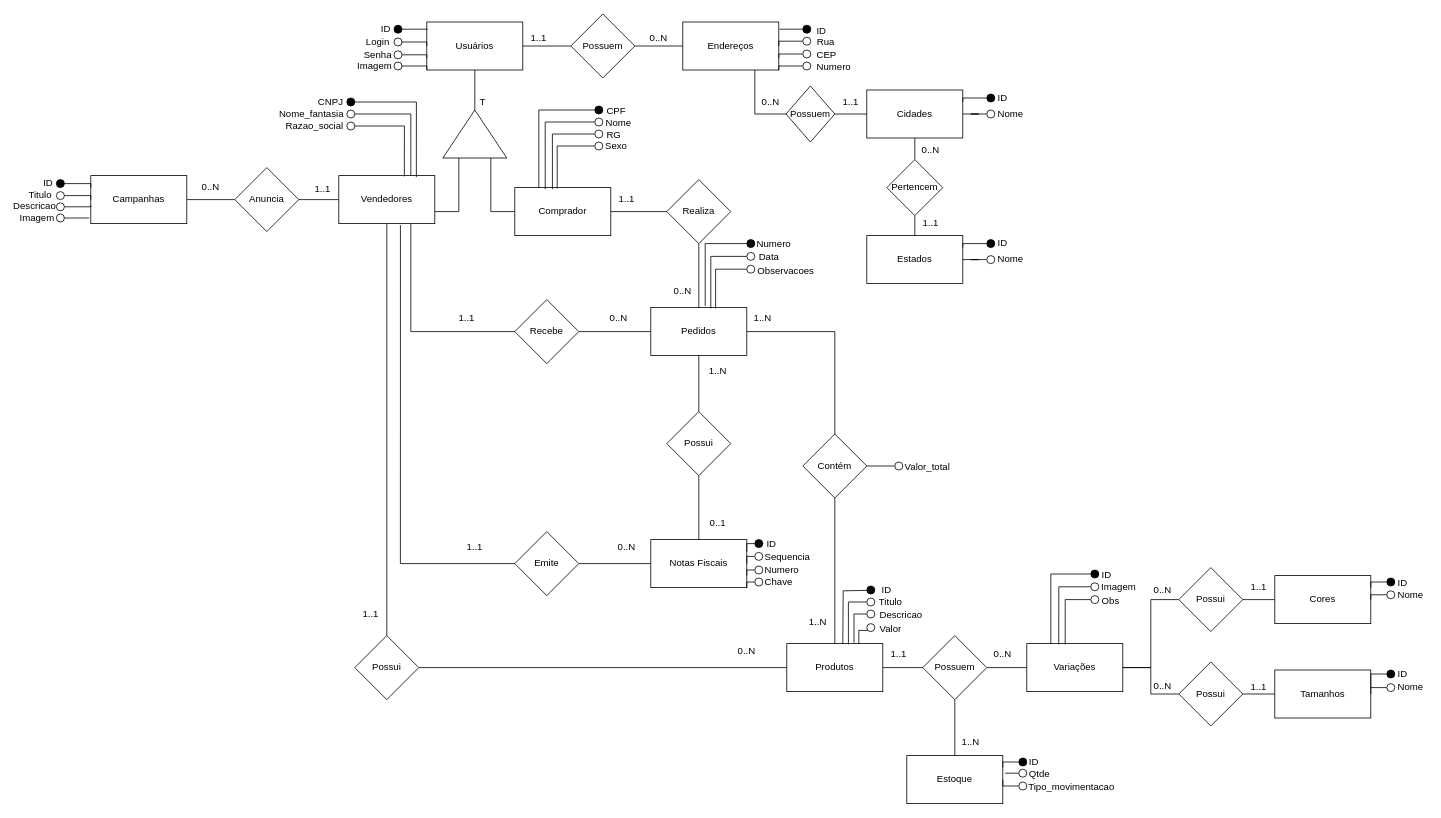
Above: marketplace_relational.drawio in dotpinheiro/BD01 (draw.io), before the change. Source tidied: cells renumbered, new cells numbered last; positions are measured from the earlier drawing's top-left corner, leaving out a move shared by most shapes. Both pictures are drawn from the tidied source at 80%, with x=0, y=0 at pixel (18, 14).
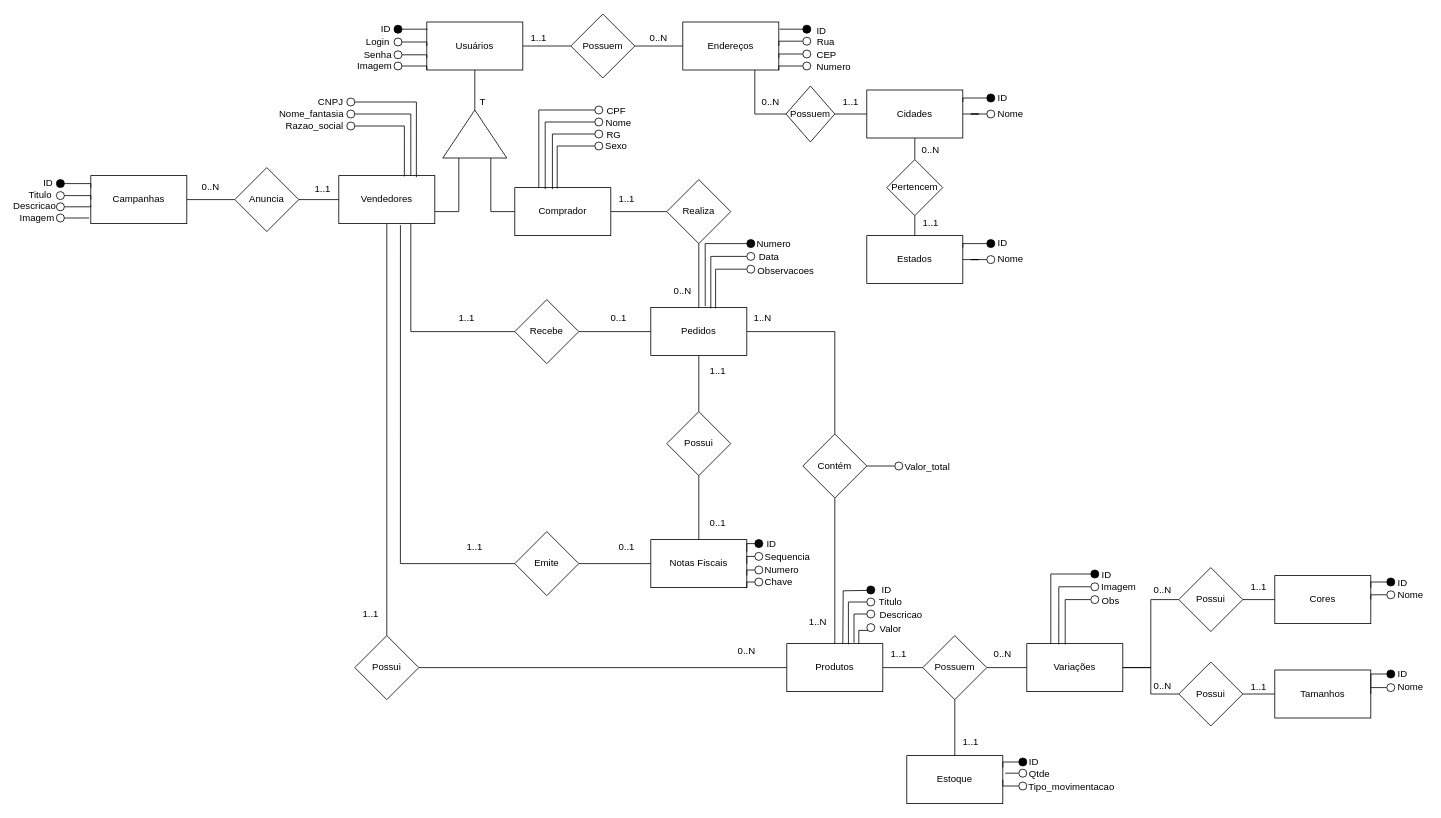
The same diagram, later.

Commit message (it also covers changes not shown here):
relational model fixes | added SQL create statement

What changed in the source:
```diff
@@
-    <mxCell id="54" value="0..N" style="text;html=1;strokeColor=none;fillColor=none;align=center;verticalAlign=middle;whiteSpace=wrap;rounded=0;" parent="1" vertex="1">
+    <mxCell id="54" value="&lt;div&gt;0..1&lt;/div&gt;" style="text;html=1;strokeColor=none;fillColor=none;align=center;verticalAlign=middle;whiteSpace=wrap;rounded=0;" parent="1" vertex="1">
       <mxGeometry x="730" y="370" width="40" height="20" as="geometry" />
     </mxCell>
@@
-    <mxCell id="56" value="0..N" style="text;html=1;strokeColor=none;fillColor=none;align=center;verticalAlign=middle;whiteSpace=wrap;rounded=0;" parent="1" vertex="1">
+    <mxCell id="56" value="0..1" style="text;html=1;strokeColor=none;fillColor=none;align=center;verticalAlign=middle;whiteSpace=wrap;rounded=0;" parent="1" vertex="1">
       <mxGeometry x="740" y="657" width="40" height="20" as="geometry" />
     </mxCell>
@@
-    <mxCell id="62" value="1..N" style="text;html=1;strokeColor=none;fillColor=none;align=center;verticalAlign=middle;whiteSpace=wrap;rounded=0;" parent="1" vertex="1">
+    <mxCell id="62" value="1..1" style="text;html=1;strokeColor=none;fillColor=none;align=center;verticalAlign=middle;whiteSpace=wrap;rounded=0;" parent="1" vertex="1">
       <mxGeometry x="1170" y="900" width="40" height="20" as="geometry" />
     </mxCell>
@@
-    <mxCell id="122" style="ellipse;whiteSpace=wrap;html=1;fillColor=#000000;" parent="1" vertex="1">
+    <mxCell id="122" style="ellipse;whiteSpace=wrap;html=1;" parent="1" vertex="1">
       <mxGeometry x="410" y="105" width="10" height="10" as="geometry" />
     </mxCell>
@@
-    <mxCell id="134" value="1..N" style="text;html=1;strokeColor=none;fillColor=none;align=center;verticalAlign=middle;whiteSpace=wrap;rounded=0;" parent="1" vertex="1">
+    <mxCell id="134" value="&lt;div&gt;1..1&lt;/div&gt;" style="text;html=1;strokeColor=none;fillColor=none;align=center;verticalAlign=middle;whiteSpace=wrap;rounded=0;" parent="1" vertex="1">
       <mxGeometry x="854" y="437" width="40" height="20" as="geometry" />
     </mxCell>
@@
-    <mxCell id="136" style="ellipse;whiteSpace=wrap;html=1;fillColor=#0A0A0A;" parent="1" vertex="1">
+    <mxCell id="136" style="ellipse;whiteSpace=wrap;html=1;" parent="1" vertex="1">
       <mxGeometry x="720" y="115" width="10" height="10" as="geometry" />
     </mxCell>
```
